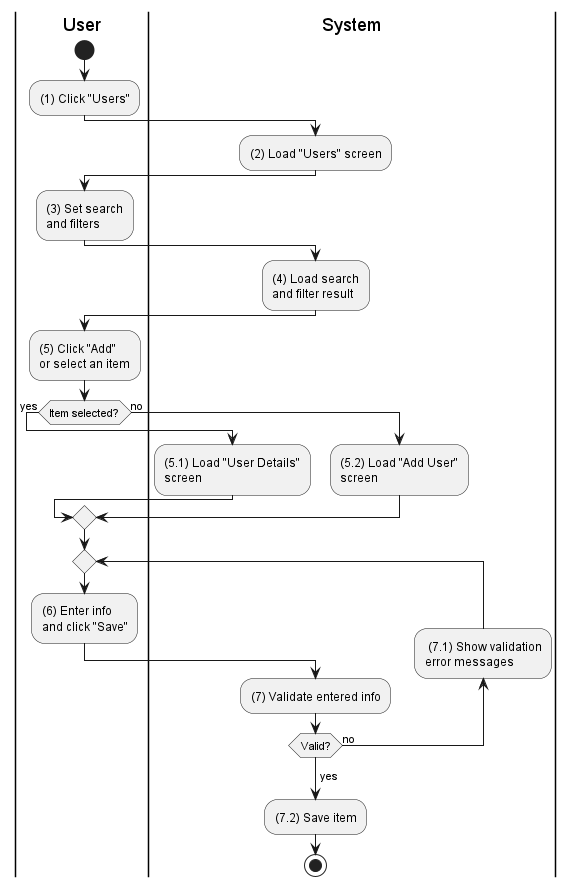
This is activities/user-manage.png from phihungha/scmss-reqs, a PlantUML export, as it was before one commit.
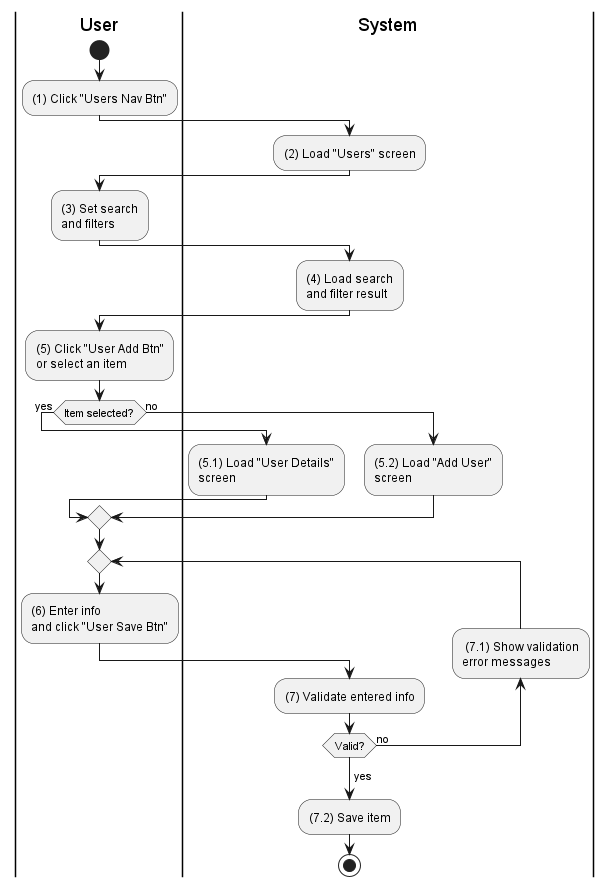
Above is the later version.

Diff of the diagram source:
```diff
@@ -4,7 +4,7 @@
 
 |u|
 start
-:(1) Click "Users";
+:(1) Click "Users Nav Btn";
 
 |s|
 :(2) Load "Users" screen;
@@ -16,7 +16,7 @@
 :(4) Load search\nand filter result;
 
 |u|
-:(5) Click "Add"\nor select an item;
+:(5) Click "User Add Btn"\nor select an item;
 
 if (Item selected?) then (yes)
 |s|
@@ -27,7 +27,7 @@
 
 |u|
 repeat
-    :(6) Enter info\nand click "Save";
+    :(6) Enter info\nand click "User Save Btn";
 
     |s|
     :(7) Validate entered info;
```
